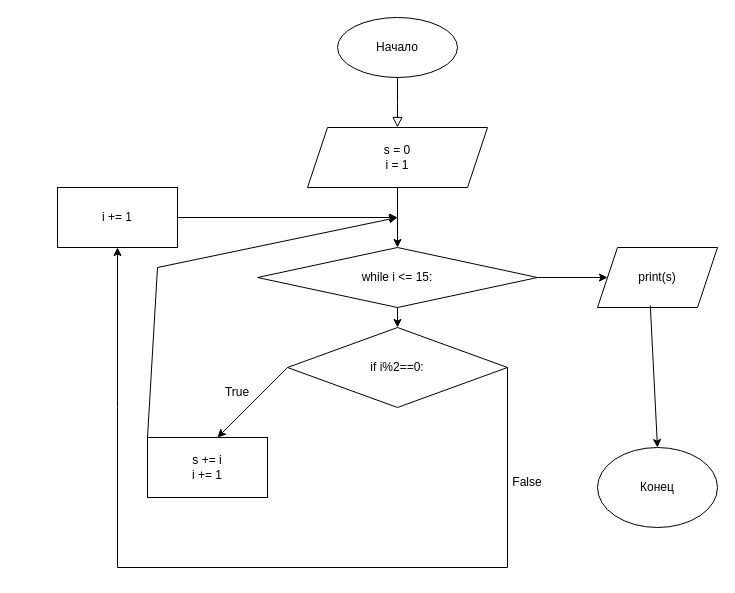
Treerexer/Bruh keeps this draw.io diagram as 1ДЗ_2.drawio. Above is the earlier version. Source tidied: cells renumbered, new cells numbered last; positions are measured from the earlier drawing's top-left corner, leaving out a move shared by most shapes. Both pictures are drawn from the tidied source at 100%, with x=0, y=0 at pixel (57, 17).
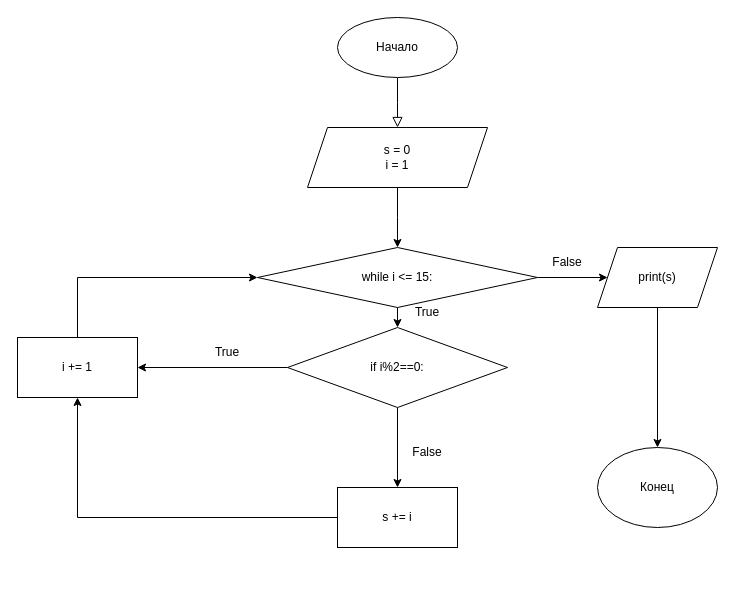
Above is the later version.

Unchanged cells that the change refers to:
```xml
<mxCell id="5" value="Конец" style="ellipse;whiteSpace=wrap;html=1;" parent="1" vertex="1">
  <mxGeometry x="540" y="430" width="120" height="80" as="geometry" />
</mxCell>
<mxCell id="7" value="while i &amp;lt;= 15:" style="rhombus;whiteSpace=wrap;html=1;" parent="1" vertex="1">
  <mxGeometry x="200" y="230" width="280" height="60" as="geometry" />
</mxCell>
<mxCell id="9" value="if i%2==0:" style="rhombus;whiteSpace=wrap;html=1;" parent="1" vertex="1">
  <mxGeometry x="230" y="310" width="220" height="80" as="geometry" />
</mxCell>
<mxCell id="17" value="print(s)" style="shape=parallelogram;perimeter=parallelogramPerimeter;whiteSpace=wrap;html=1;fixedSize=1;" parent="1" vertex="1">
  <mxGeometry x="540" y="230" width="120" height="60" as="geometry" />
</mxCell>
```

The edit, as a diff of the source:
```diff
@@
+    <mxCell id="21" style="edgeStyle=orthogonalEdgeStyle;rounded=0;jettySize=auto;html=1;entryX=0.5;entryY=0;entryDx=0;entryDy=0;" parent="1" edge="1" source="9" target="14">
+      <mxGeometry relative="1" as="geometry" />
+    </mxCell>
+    <mxCell id="11" style="edgeStyle=orthogonalEdgeStyle;rounded=0;jettySize=auto;html=1;entryX=1;entryY=0.5;entryDx=0;entryDy=0;" parent="1" edge="1" source="9" target="19">
+      <mxGeometry relative="1" as="geometry" />
+    </mxCell>
@@
-    <mxCell id="10" style="endArrow=classic;html=1;rounded=0;exitX=0;exitY=0.5;exitDx=0;exitDy=0;" parent="1" edge="1" source="9">
-      <mxGeometry relative="1" as="geometry">
-        <mxPoint x="160" y="420" as="targetPoint" />
-      </mxGeometry>
-    </mxCell>
-    <mxCell id="11" style="endArrow=classic;html=1;rounded=0;exitX=1;exitY=0.5;exitDx=0;exitDy=0;entryX=0.5;entryY=1;entryDx=0;entryDy=0;" parent="1" edge="1" source="9" target="19">
-      <mxGeometry relative="1" as="geometry">
-        <Array as="points">
-          <mxPoint x="450" y="550" />
-          <mxPoint x="60" y="550" />
-          <mxPoint x="60" y="390" />
-        </Array>
-      </mxGeometry>
-    </mxCell>
     <mxCell id="12" value="True" style="text;html=1;strokeColor=none;fillColor=none;align=center;verticalAlign=middle;whiteSpace=wrap;rounded=0;" parent="1" vertex="1">
-      <mxGeometry x="150" y="360" width="60" height="30" as="geometry" />
+      <mxGeometry x="140" y="320" width="60" height="30" as="geometry" />
     </mxCell>
     <mxCell id="13" value="False" style="text;html=1;strokeColor=none;fillColor=none;align=center;verticalAlign=middle;whiteSpace=wrap;rounded=0;" parent="1" vertex="1">
-      <mxGeometry x="440" y="450" width="60" height="30" as="geometry" />
+      <mxGeometry x="340" y="420" width="60" height="30" as="geometry" />
     </mxCell>
+    <mxCell id="22" style="edgeStyle=orthogonalEdgeStyle;rounded=0;jettySize=auto;html=1;entryX=0.5;entryY=1;entryDx=0;entryDy=0;" parent="1" edge="1" source="14" target="19">
+      <mxGeometry relative="1" as="geometry">
+        <Array as="points">
+          <mxPoint x="20" y="500" />
+        </Array>
+      </mxGeometry>
+    </mxCell>
-    <mxCell id="14" value="s += i&lt;br&gt;i += 1" style="rounded=0;whiteSpace=wrap;html=1;" parent="1" vertex="1">
-      <mxGeometry x="90" y="420" width="120" height="60" as="geometry" />
+    <mxCell id="14" value="s += i" style="rounded=0;whiteSpace=wrap;html=1;" parent="1" vertex="1">
+      <mxGeometry x="280" y="470" width="120" height="60" as="geometry" />
     </mxCell>
-    <mxCell id="15" style="endArrow=classic;html=1;rounded=0;exitX=0;exitY=0;exitDx=0;exitDy=0;" parent="1" edge="1" source="14">
-      <mxGeometry relative="1" as="geometry">
-        <mxPoint x="340" y="200" as="targetPoint" />
-        <Array as="points">
-          <mxPoint x="100" y="250" />
-        </Array>
-      </mxGeometry>
-    </mxCell>
@@
+    <mxCell id="18" style="edgeStyle=orthogonalEdgeStyle;rounded=0;jettySize=auto;html=1;entryX=0.5;entryY=0;entryDx=0;entryDy=0;" parent="1" edge="1" source="17" target="5">
+      <mxGeometry relative="1" as="geometry" />
+    </mxCell>
@@
-    <mxCell id="18" style="endArrow=classic;html=1;rounded=0;exitX=0.44;exitY=0.967;exitDx=0;exitDy=0;exitPerimeter=0;entryX=0.5;entryY=0;entryDx=0;entryDy=0;" parent="1" edge="1" source="17" target="5">
-      <mxGeometry relative="1" as="geometry" />
-    </mxCell>
+    <mxCell id="23" style="edgeStyle=orthogonalEdgeStyle;rounded=0;jettySize=auto;html=1;entryX=0;entryY=0.5;entryDx=0;entryDy=0;" parent="1" edge="1" source="19" target="7">
+      <mxGeometry relative="1" as="geometry">
+        <Array as="points">
+          <mxPoint x="20" y="260" />
+        </Array>
+      </mxGeometry>
+    </mxCell>
     <mxCell id="19" value="i += 1" style="rounded=0;whiteSpace=wrap;html=1;" parent="1" vertex="1">
-      <mxGeometry y="170" width="120" height="60" as="geometry" />
+      <mxGeometry x="-40" y="320" width="120" height="60" as="geometry" />
     </mxCell>
-    <mxCell id="20" style="endArrow=classic;html=1;rounded=0;exitX=1;exitY=0.5;exitDx=0;exitDy=0;" parent="1" edge="1" source="19">
-      <mxGeometry relative="1" as="geometry">
-        <mxPoint x="340" y="200" as="targetPoint" />
-      </mxGeometry>
-    </mxCell>
+    <mxCell id="24" value="True" style="text;html=1;strokeColor=none;fillColor=none;align=center;verticalAlign=middle;whiteSpace=wrap;rounded=0;" parent="1" vertex="1">
+      <mxGeometry x="340" y="280" width="60" height="30" as="geometry" />
+    </mxCell>
+    <mxCell id="25" value="False" style="text;html=1;strokeColor=none;fillColor=none;align=center;verticalAlign=middle;whiteSpace=wrap;rounded=0;" parent="1" vertex="1">
+      <mxGeometry x="480" y="230" width="60" height="30" as="geometry" />
+    </mxCell>
```
